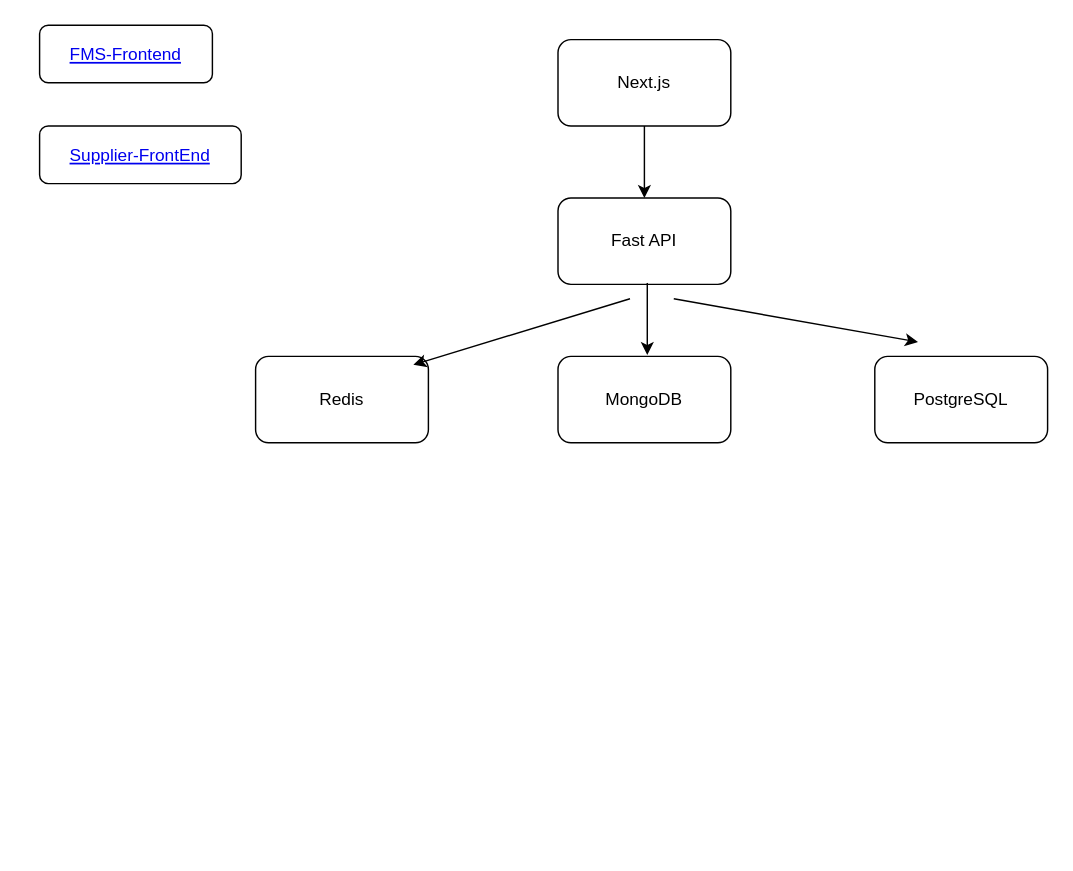
Before: page "OverAll" (1 of 14) of Agroconnect.drawio in ramprasad2018/agconnect, a draw.io diagram. Source tidied: cells renumbered, new cells numbered last; positions are measured from the earlier drawing's top-left corner, leaving out a move shared by most shapes. Both pictures are drawn from the tidied source at 144%, with x=0, y=0 at pixel (39, 24).
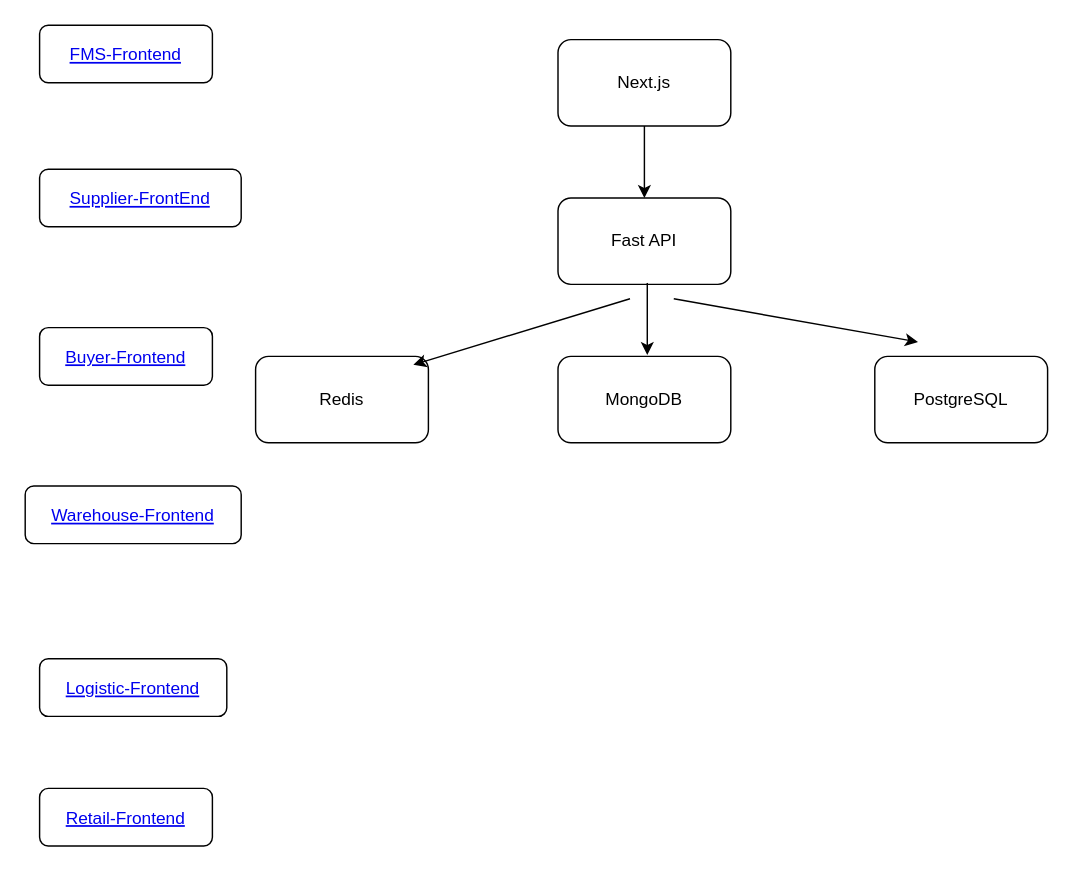
The same page after the edit.

What changed in the source:
```diff
@@
     <mxCell id="12" value="Supplier-FrontEnd" style="fontColor=#0000EE;fontStyle=4;rounded=1;overflow=hidden;spacing=10;" parent="1" vertex="1">
-      <mxGeometry y="70" width="140" height="40" as="geometry" />
+      <mxGeometry y="100" width="140" height="40" as="geometry" />
     </mxCell>
+    <mxCell id="13" value="Buyer-Frontend" style="fontColor=#0000EE;fontStyle=4;rounded=1;overflow=hidden;spacing=10;" parent="1" vertex="1">
+      <mxGeometry y="210" width="120" height="40" as="geometry" />
+    </mxCell>
+    <mxCell id="14" value="Warehouse-Frontend" style="fontColor=#0000EE;fontStyle=4;rounded=1;overflow=hidden;spacing=10;" parent="1" vertex="1">
+      <mxGeometry x="-10" y="320" width="150" height="40" as="geometry" />
+    </mxCell>
+    <mxCell id="15" value="Logistic-Frontend" style="fontColor=#0000EE;fontStyle=4;rounded=1;overflow=hidden;spacing=10;" parent="1" vertex="1">
+      <mxGeometry y="440" width="130" height="40" as="geometry" />
+    </mxCell>
+    <mxCell id="16" value="Retail-Frontend" style="fontColor=#0000EE;fontStyle=4;rounded=1;overflow=hidden;spacing=10;" parent="1" vertex="1">
+      <mxGeometry y="530" width="120" height="40" as="geometry" />
+    </mxCell>
```
